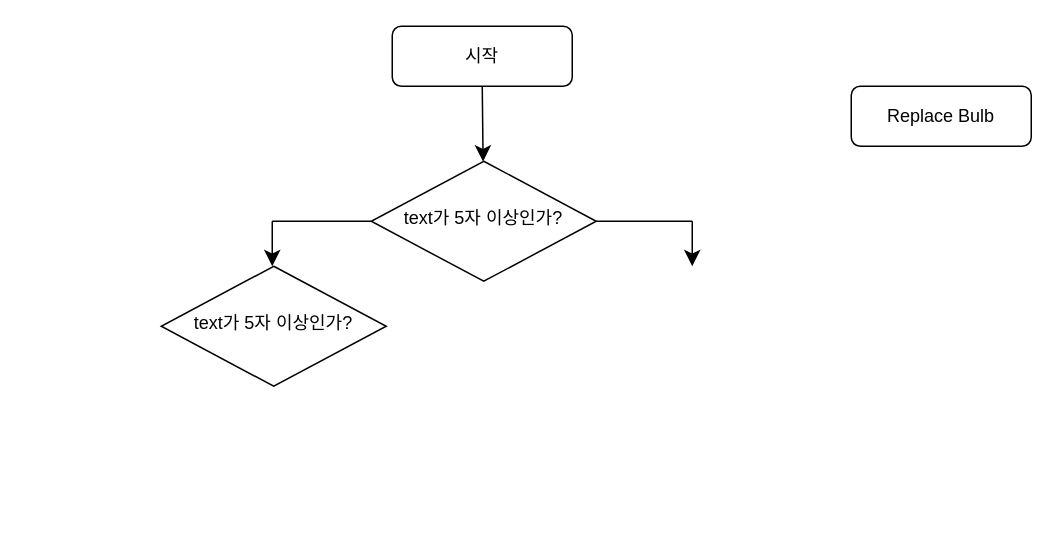
HyeeunKim07/assessment keeps this draw.io diagram as draw.io/clubProblem.drawio. Above is the earlier version. Source tidied: cells renumbered, new cells numbered last; positions are measured from the earlier drawing's top-left corner, leaving out a move shared by most shapes. Both pictures are drawn from the tidied source at 150%, with x=0, y=0 at pixel (160, 26).
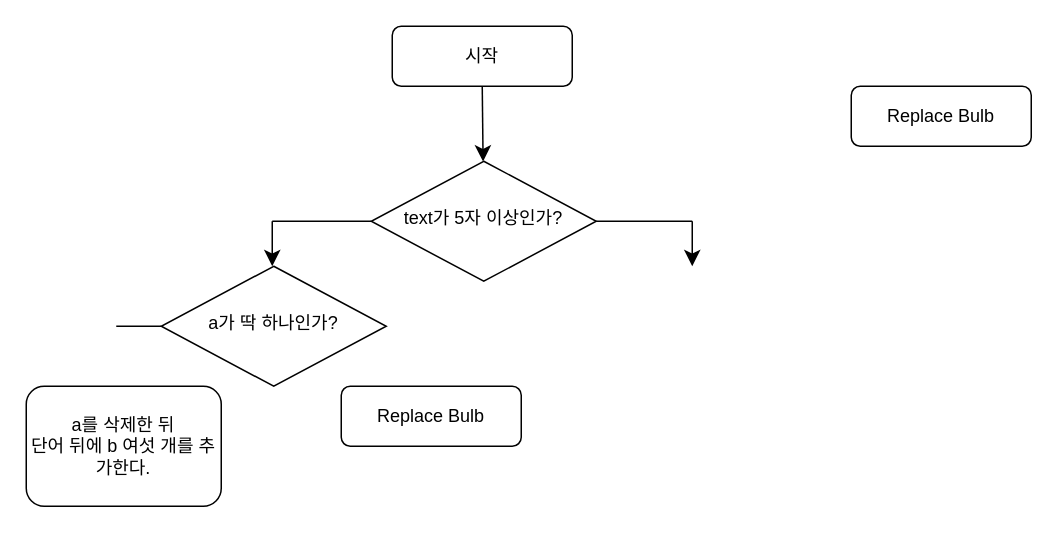
Above is the later version.

What changed in the source:
```diff
@@
 <mxGraphModel>
   <root>
     <mxCell id="0" />
     <mxCell id="1" parent="0" />
     <mxCell id="2" value="시작" style="rounded=1;whiteSpace=wrap;html=1;fontSize=12;glass=0;strokeWidth=1;shadow=0;" parent="1" vertex="1">
       <mxGeometry x="154" width="120" height="40" as="geometry" />
     </mxCell>
     <mxCell id="3" value="text가 5자 이상인가?" style="rhombus;whiteSpace=wrap;html=1;shadow=0;fontFamily=Helvetica;fontSize=12;align=center;strokeWidth=1;spacing=6;spacingTop=-4;" parent="1" vertex="1">
       <mxGeometry x="140" y="90" width="150" height="80" as="geometry" />
     </mxCell>
     <mxCell id="4" style="endArrow=none;html=1;rounded=0;fontSize=12;startSize=8;endSize=8;curved=1;entryX=0;entryY=0.5;entryDx=0;entryDy=0;" parent="1" edge="1" target="3">
       <mxGeometry relative="1" as="geometry">
         <mxPoint x="74" y="130" as="sourcePoint" />
       </mxGeometry>
     </mxCell>
     <mxCell id="5" style="endArrow=classic;html=1;rounded=0;fontSize=12;startSize=8;endSize=8;curved=1;" parent="1" edge="1">
       <mxGeometry relative="1" as="geometry">
         <mxPoint x="74" y="130" as="sourcePoint" />
         <mxPoint x="74" y="160" as="targetPoint" />
       </mxGeometry>
     </mxCell>
     <mxCell id="6" style="endArrow=classic;html=1;rounded=0;fontSize=12;startSize=8;endSize=8;curved=1;exitX=0.5;exitY=1;exitDx=0;exitDy=0;" parent="1" edge="1" source="2" target="3">
       <mxGeometry relative="1" as="geometry" />
     </mxCell>
     <mxCell id="7" style="endArrow=none;html=1;rounded=0;fontSize=12;startSize=8;endSize=8;curved=1;exitX=1;exitY=0.5;exitDx=0;exitDy=0;" parent="1" edge="1" source="3">
       <mxGeometry relative="1" as="geometry">
         <mxPoint x="354" y="130" as="targetPoint" />
       </mxGeometry>
     </mxCell>
     <mxCell id="8" style="endArrow=classic;html=1;rounded=0;fontSize=12;startSize=8;endSize=8;curved=1;" parent="1" edge="1">
       <mxGeometry relative="1" as="geometry">
         <mxPoint x="354" y="130" as="sourcePoint" />
         <mxPoint x="354" y="160" as="targetPoint" />
       </mxGeometry>
     </mxCell>
     <mxCell id="9" value="Replace Bulb" style="rounded=1;whiteSpace=wrap;html=1;fontSize=12;glass=0;strokeWidth=1;shadow=0;" parent="1" vertex="1">
       <mxGeometry x="460" y="40" width="120" height="40" as="geometry" />
     </mxCell>
-    <mxCell id="10" value="text가 5자 이상인가?" style="rhombus;whiteSpace=wrap;html=1;shadow=0;fontFamily=Helvetica;fontSize=12;align=center;strokeWidth=1;spacing=6;spacingTop=-4;" parent="1" vertex="1">
+    <mxCell id="10" value="a가 딱 하나인가?" style="rhombus;whiteSpace=wrap;html=1;shadow=0;fontFamily=Helvetica;fontSize=12;align=center;strokeWidth=1;spacing=6;spacingTop=-4;" parent="1" vertex="1">
       <mxGeometry y="160" width="150" height="80" as="geometry" />
     </mxCell>
+    <mxCell id="11" value="a를 삭제한 뒤&lt;div&gt;단어 뒤에 b 여섯 개를 추가한다.&lt;/div&gt;" style="rounded=1;whiteSpace=wrap;html=1;fontSize=12;glass=0;strokeWidth=1;shadow=0;" parent="1" vertex="1">
+      <mxGeometry x="-90" y="240" width="130" height="80" as="geometry" />
+    </mxCell>
+    <mxCell id="12" value="Replace Bulb" style="rounded=1;whiteSpace=wrap;html=1;fontSize=12;glass=0;strokeWidth=1;shadow=0;" parent="1" vertex="1">
+      <mxGeometry x="120" y="240" width="120" height="40" as="geometry" />
+    </mxCell>
+    <mxCell id="13" style="endArrow=none;html=1;rounded=0;fontSize=12;startSize=8;endSize=8;curved=1;exitX=0;exitY=0.5;exitDx=0;exitDy=0;" parent="1" edge="1" source="10">
+      <mxGeometry relative="1" as="geometry">
+        <mxPoint x="-30" y="200" as="targetPoint" />
+      </mxGeometry>
+    </mxCell>
   </root>
 </mxGraphModel>
```
